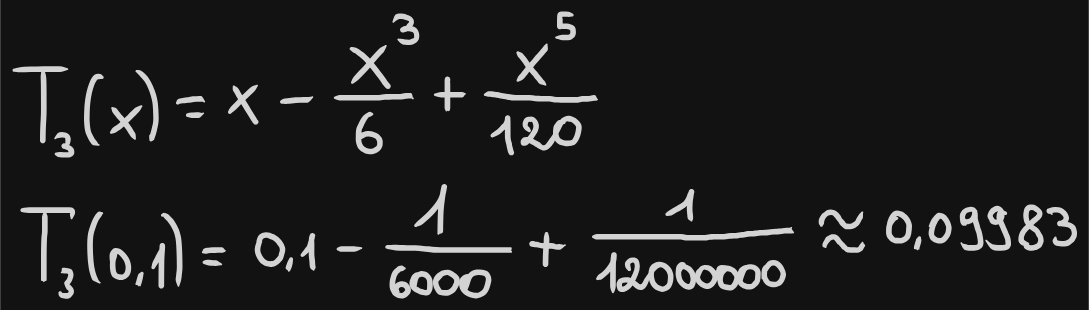
Earlier version of the Excalidraw export Appunti/Excalidraw/2025-03-20_23.22.17.excalidraw.svg (yuritateo03/CalcoloNumerico). Source tidied: one line per element, renumbered; positions are measured from the earlier drawing's top-left corner, leaving out a move shared by most shapes.
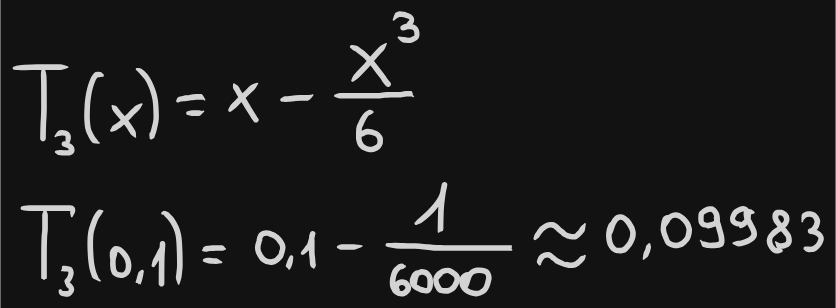
Later version of the same file.

Change to the diagram source:
```diff
@@ -15,15 +15,6 @@
 {"id": 14, "type": "freedraw", "strokeColor": "#1e1e1e", "strokeWidth": 0.5, "roughness": 1, "x": 275, "y": 18, "width": 17, "height": 19, "points": [[0, 0], [0, 1], [1, 1], [4, 2], [6, 2], [8, 2], [9, 2], [11, 1], [12, 0], [13, 0], [13, -1], [13, -2], [13, -3], [13, -5], [12, -7], [11, -7], [9, -8], [7, -8], [6, -8], [4, -8], [4, -7], [3, -7], [3, -7], [4, -7], [5, -7], [7, -8], [7, -9], [9, -11], [9, -12], [9, -12], [9, -13], [9, -15], [7, -15], [6, -16], [5, -16], [3, -17], [2, -17], [0, -17], [-1, -17], [-1, -16], [-2, -15], [-4, -14], [-4, -13], [-4, -12], [-4, -12]]}
 {"id": 15, "type": "freedraw", "strokeColor": "#1e1e1e", "strokeWidth": 0.5, "roughness": 1, "x": 229, "y": 60, "width": 57, "height": 3, "points": [[0, 0], [1, 0], [2, 0], [4, 0], [5, 0], [7, 0], [8, 0], [11, 0], [15, 0], [16, 0], [19, 0], [22, 0], [23, 0], [26, 0], [28, 0], [30, 0], [31, 0], [33, 0], [36, -1], [38, -1], [39, -1], [42, -1], [42, -1], [43, -1], [44, -1], [45, -1], [46, -1], [47, -1], [48, -1], [49, -1], [50, -1], [50, -1], [51, -1], [53, -1], [53, -1], [54, -1], [55, -1], [56, -1], [56, -1], [57, -1], [57, -2], [56, 0], [56, 1], [56, 1]]}
 {"id": 16, "type": "freedraw", "strokeColor": "#1e1e1e", "strokeWidth": 0.5, "roughness": 1, "x": 256, "y": 72, "width": 16, "height": 28, "points": [[0, 0], [-2, 0], [-4, 1], [-6, 4], [-8, 8], [-9, 11], [-9, 14], [-9, 17], [-9, 20], [-8, 23], [-6, 26], [-4, 26], [1, 27], [4, 26], [5, 24], [6, 23], [6, 21], [6, 20], [6, 18], [4, 17], [4, 16], [2, 15], [0, 15], [-1, 14], [-5, 14], [-7, 15], [-9, 16], [-10, 18], [-9, 18], [-9, 18]]}
-{"id": 17, "type": "freedraw", "strokeColor": "#1e1e1e", "strokeWidth": 0.5, "roughness": 1, "x": 310, "y": 50, "width": 1, "height": 26, "points": [[0, 0], [-1, 0], [-1, -1], [-1, -1], [-1, -2], [-1, -3], [-1, -4], [-1, -3], [-1, -2], [-1, -1], [-1, -1], [-1, 1], [-1, 1], [-1, 3], [-1, 5], [-1, 9], [-1, 9], [-1, 10], [-1, 11], [-1, 12], [-1, 12], [-1, 13], [-1, 14], [-1, 15], [-1, 15], [-1, 16], [-1, 18], [-1, 19], [-1, 20], [-1, 21], [-1, 22], [-1, 21], [-1, 20], [-1, 19], [-1, 19]]}
-{"id": 18, "type": "freedraw", "strokeColor": "#1e1e1e", "strokeWidth": 0.5, "roughness": 1, "x": 301, "y": 58, "width": 23, "height": 1, "points": [[0, 0], [1, 0], [2, 0], [6, 0], [7, 0], [8, 0], [9, 0], [12, 0], [12, 0], [13, 0], [15, 0], [15, 0], [16, 0], [17, 0], [18, 0], [18, 0], [19, 0], [20, 0], [20, 0], [21, 0], [22, 0], [23, 0], [22, 0], [21, 0], [21, -1], [21, -1]]}
-{"id": 19, "type": "freedraw", "strokeColor": "#1e1e1e", "strokeWidth": 0.5, "roughness": 1, "x": 360, "y": 28, "width": 20, "height": 24, "points": [[0, 0], [1, 1], [2, 2], [4, 4], [7, 9], [8, 10], [11, 14], [12, 15], [14, 17], [15, 18], [17, 20], [17, 21], [18, 21], [18, 22], [19, 23], [20, 23], [20, 24], [20, 23], [20, 23]]}
-{"id": 20, "type": "freedraw", "strokeColor": "#1e1e1e", "strokeWidth": 0.5, "roughness": 1, "x": 360, "y": 47, "width": 22, "height": 26, "points": [[0, 0], [0, -1], [1, -2], [3, -3], [4, -4], [6, -7], [9, -10], [14, -16], [15, -18], [16, -19], [18, -20], [18, -21], [19, -22], [20, -23], [20, -24], [21, -25], [21, -26], [21, -26], [22, -26], [21, -26], [20, -26], [20, -26]]}
-{"id": 21, "type": "freedraw", "strokeColor": "#1e1e1e", "strokeWidth": 0.5, "roughness": 1, "x": 399, "y": 1, "width": 12, "height": 17, "points": [[0, 0], [-5, -1], [-7, -1], [-9, -1], [-9, 1], [-9, 3], [-9, 4], [-9, 6], [-9, 7], [-9, 9], [-7, 8], [-5, 8], [-2, 8], [0, 9], [1, 10], [1, 12], [1, 13], [0, 15], [-1, 16], [-3, 16], [-6, 16], [-9, 16], [-10, 16], [-12, 16]]}
-{"id": 22, "type": "freedraw", "strokeColor": "#1e1e1e", "strokeWidth": 0.5, "roughness": 1, "x": 337, "y": 58, "width": 82, "height": 4, "points": [[0, 0], [1, -1], [4, -1], [9, 0], [15, 1], [20, 2], [22, 2], [26, 2], [31, 2], [34, 2], [39, 3], [42, 3], [45, 3], [48, 3], [50, 4], [52, 4], [54, 4], [57, 4], [59, 4], [62, 4], [64, 4], [66, 4], [69, 3], [70, 3], [73, 3], [75, 3], [77, 2], [79, 2], [80, 2], [82, 2], [80, 4]]}
-{"id": 23, "type": "freedraw", "strokeColor": "#1e1e1e", "strokeWidth": 0.5, "roughness": 1, "x": 342, "y": 87, "width": 14, "height": 26, "points": [[0, 0], [2, -1], [4, -2], [6, -4], [8, -6], [9, -7], [9, -8], [10, -9], [10, -10], [11, -11], [11, -12], [11, -12], [11, -13], [11, -11], [11, -9], [11, -7], [11, -4], [11, 1], [11, 4], [12, 6], [12, 7], [12, 9], [13, 11], [13, 12], [13, 12], [14, 12], [14, 9], [14, 9], [14, 9]]}
-{"id": 24, "type": "freedraw", "strokeColor": "#1e1e1e", "strokeWidth": 0.5, "roughness": 1, "x": 368, "y": 83, "width": 23, "height": 20, "points": [[0, 0], [-2, -2], [-3, -4], [-3, -5], [-2, -7], [-1, -8], [1, -8], [2, -8], [4, -6], [5, -4], [5, -1], [4, 1], [0, 7], [-3, 9], [-4, 9], [-4, 7], [-3, 7], [-1, 7], [0, 7], [1, 7], [5, 9], [7, 11], [9, 12], [10, 12], [12, 12], [16, 8], [18, 5], [18, 1]]}
-{"id": 25, "type": "freedraw", "strokeColor": "#1e1e1e", "strokeWidth": 0.5, "roughness": 1, "x": 393, "y": 77, "width": 18, "height": 18, "points": [[0, 0], [-1, 0], [-1, 0], [-2, 0], [-3, 0], [-4, 0], [-4, 1], [-5, 1], [-6, 4], [-6, 5], [-6, 7], [-6, 8], [-6, 10], [-5, 12], [-4, 13], [-3, 14], [-1, 15], [2, 15], [4, 15], [7, 15], [8, 14], [9, 12], [10, 9], [11, 5], [11, 3], [11, 1], [9, 0], [7, -2], [5, -3], [3, -3], [1, -3], [-3, -1], [-5, 5], [-6, 9], [-7, 12], [-7, 12]]}
 {"id": 26, "type": "freedraw", "strokeColor": "#1e1e1e", "strokeWidth": 0.5, "roughness": 1, "x": 22, "y": 142, "width": 1, "height": 52, "points": [[0, 0], [0, 1], [0, 3], [0, 4], [0, 6], [0, 9], [0, 15], [0, 17], [-1, 20], [-1, 26], [-1, 28], [-1, 31], [-1, 33], [-1, 36], [-1, 37], [-1, 38], [-1, 39], [-1, 39], [-1, 40], [-1, 41], [-1, 42], [-1, 42], [-1, 43], [-1, 44], [-1, 45], [-1, 45], [-1, 46], [-1, 47], [-1, 47], [-1, 48], [-1, 50], [-1, 51], [-1, 52], [-1, 50], [-1, 49], [-1, 49]]}
 {"id": 27, "type": "freedraw", "strokeColor": "#1e1e1e", "strokeWidth": 0.5, "roughness": 1, "x": 6, "y": 140, "width": 36, "height": 7, "points": [[0, 0], [1, 0], [3, 0], [4, 0], [11, 0], [13, 0], [18, 0], [20, 0], [24, 0], [28, 0], [29, 0], [30, 0], [31, 0], [32, 0], [33, 0], [34, 0], [34, 0], [35, 0], [36, 0], [36, 1], [36, 1], [36, 2], [36, 4], [35, 7], [35, 7]]}
 {"id": 28, "type": "freedraw", "strokeColor": "#1e1e1e", "strokeWidth": 0.5, "roughness": 1, "x": 33, "y": 199, "width": 9, "height": 18, "points": [[0, 0], [0, 1], [0, 1], [1, 2], [3, 2], [4, 2], [6, 2], [7, 2], [7, 1], [8, 1], [8, -1], [8, -1], [8, -2], [7, -3], [6, -4], [5, -5], [4, -5], [4, -5], [4, -6], [4, -6], [4, -7], [5, -7], [7, -9], [7, -11], [8, -13], [8, -14], [7, -15], [7, -16], [6, -16], [2, -16], [1, -16], [0, -16], [-1, -15], [-1, -15], [1, -15], [1, -15]]}
@@ -44,26 +35,14 @@
 {"id": 43, "type": "freedraw", "strokeColor": "#1e1e1e", "strokeWidth": 0.5, "roughness": 1, "x": 292, "y": 186, "width": 13, "height": 14, "points": [[0, 0], [-1, 0], [-2, 0], [-3, 0], [-4, 0], [-4, 0], [-6, 1], [-7, 3], [-7, 4], [-8, 5], [-8, 7], [-7, 9], [-6, 11], [-4, 11], [-3, 12], [-1, 12], [1, 13], [3, 13], [4, 13], [4, 12], [4, 12], [5, 11], [5, 9], [5, 7], [5, 2], [4, 1], [1, -1], [1, -1], [-1, -1], [-3, -1], [-5, 1], [-6, 3], [-7, 7], [-7, 9], [-5, 11], [-5, 11]]}
 {"id": 44, "type": "freedraw", "strokeColor": "#1e1e1e", "strokeWidth": 0.5, "roughness": 1, "x": 305, "y": 188, "width": 16, "height": 15, "points": [[0, 0], [-1, 0], [-2, 0], [-4, 1], [-4, 2], [-4, 3], [-4, 4], [-4, 7], [-3, 9], [-1, 11], [-1, 12], [0, 12], [1, 12], [3, 12], [6, 12], [7, 11], [9, 9], [10, 7], [11, 5], [12, 4], [12, 2], [11, 0], [9, -1], [7, -2], [4, -4], [3, -4], [-2, -1], [-4, 1], [-4, 2], [-4, 4], [-4, 7], [-3, 8], [-1, 9], [-1, 9]]}
 {"id": 45, "type": "freedraw", "strokeColor": "#1e1e1e", "strokeWidth": 0.5, "roughness": 1, "x": 326, "y": 188, "width": 20, "height": 18, "points": [[0, 0], [-4, 0], [-4, 0], [-5, 1], [-5, 1], [-7, 3], [-7, 4], [-7, 5], [-7, 7], [-6, 9], [-4, 11], [-1, 13], [1, 14], [5, 14], [7, 14], [9, 12], [11, 10], [12, 7], [13, 1], [13, 0], [12, -2], [10, -3], [9, -4], [3, -4], [-1, -2], [-2, 0], [-4, 6], [-4, 9], [-4, 11], [-4, 11]]}
-{"id": 46, "type": "freedraw", "strokeColor": "#1e1e1e", "strokeWidth": 0.5, "roughness": 1, "x": 380, "y": 157, "width": 1, "height": 23, "points": [[0, 0], [0, 1], [0, 2], [0, 4], [0, 9], [-1, 15], [-1, 18], [-1, 20], [-1, 22], [-1, 23], [-1, 22], [-1, 20], [-1, 19], [-1, 18], [-1, 18]]}
-{"id": 47, "type": "freedraw", "strokeColor": "#1e1e1e", "strokeWidth": 0.5, "roughness": 1, "x": 373, "y": 164, "width": 25, "height": 2, "points": [[0, 0], [-1, 0], [-1, 0], [-2, 0], [-3, 0], [-4, 0], [-3, 0], [-1, 0], [1, 1], [2, 1], [3, 1], [7, 1], [8, 1], [9, 1], [12, 1], [12, 1], [13, 1], [13, 2], [14, 2], [15, 2], [16, 2], [17, 2], [18, 2], [19, 2], [20, 2], [21, 2], [20, 1], [20, 1], [20, 1]]}
-{"id": 48, "type": "freedraw", "strokeColor": "#1e1e1e", "strokeWidth": 0.5, "roughness": 1, "x": 417, "y": 189, "width": 12, "height": 30, "points": [[0, 0], [0, -1], [1, -1], [2, -1], [4, -3], [6, -4], [7, -5], [8, -7], [9, -8], [11, -11], [12, -13], [12, -14], [12, -15], [12, -16], [12, -17], [12, -18], [12, -17], [12, -15], [11, -12], [11, -10], [11, -6], [11, -1], [11, 1], [11, 6], [11, 10], [11, 12], [11, 12], [11, 9], [11, 9]]}
-{"id": 49, "type": "freedraw", "strokeColor": "#1e1e1e", "strokeWidth": 0.5, "roughness": 1, "x": 440, "y": 183, "width": 22, "height": 22, "points": [[0, 0], [-1, -2], [-1, -3], [-1, -4], [-1, -5], [-1, -6], [2, -7], [4, -7], [6, -7], [7, -3], [6, 4], [1, 12], [-1, 13], [-2, 14], [-4, 15], [-6, 15], [-7, 15], [-7, 14], [-7, 13], [-7, 11], [-7, 10], [-7, 9], [-6, 7], [-4, 7], [-2, 7], [-1, 7], [1, 8], [2, 9], [5, 11], [7, 13], [8, 13], [9, 13], [10, 12], [12, 10], [14, 4], [15, 2], [15, 2]]}
-{"id": 50, "type": "freedraw", "strokeColor": "#1e1e1e", "strokeWidth": 0.5, "roughness": 1, "x": 461, "y": 179, "width": 15, "height": 19, "points": [[0, 0], [0, -1], [-1, -1], [-1, -1], [-2, 0], [-4, 1], [-4, 2], [-5, 3], [-5, 4], [-6, 7], [-6, 10], [-4, 15], [-1, 18], [0, 18], [3, 18], [4, 18], [7, 16], [9, 14], [9, 10], [9, 7], [8, 5], [7, 3], [5, 1], [2, -1], [-1, -1], [-3, 0], [-6, 6], [-7, 9], [-7, 9]]}
-{"id": 51, "type": "freedraw", "strokeColor": "#1e1e1e", "strokeWidth": 0.5, "roughness": 1, "x": 479, "y": 181, "width": 12, "height": 17, "points": [[0, 0], [0, -1], [0, -2], [-1, -2], [-1, -2], [-2, -2], [-3, -2], [-3, -1], [-4, -1], [-4, 1], [-4, 2], [-4, 4], [-4, 5], [-4, 7], [-3, 12], [-1, 13], [2, 15], [4, 15], [5, 14], [6, 13], [6, 12], [7, 9], [7, 7], [6, 5], [5, 2], [4, 1], [3, 1], [1, -1], [-1, -1], [-4, 1], [-5, 5], [-5, 7], [-5, 7]]}
-{"id": 52, "type": "freedraw", "strokeColor": "#1e1e1e", "strokeWidth": 0.5, "roughness": 1, "x": 491, "y": 183, "width": 15, "height": 15, "points": [[0, 0], [-1, 0], [-2, 2], [-3, 5], [-3, 7], [-1, 11], [3, 12], [4, 12], [6, 12], [7, 12], [9, 9], [11, 6], [11, 3], [10, 2], [6, -2], [2, -3], [-2, -1], [-4, 7], [-3, 9], [-3, 9]]}
-{"id": 53, "type": "freedraw", "strokeColor": "#1e1e1e", "strokeWidth": 0.5, "roughness": 1, "x": 509, "y": 183, "width": 15, "height": 15, "points": [[0, 0], [-4, 1], [-5, 5], [-5, 9], [-4, 11], [-3, 12], [-1, 12], [2, 12], [3, 12], [4, 12], [5, 12], [7, 9], [7, 8], [8, 5], [8, 3], [6, 1], [4, -1], [3, -1], [1, -1], [-2, -2], [-4, -2], [-6, -2], [-7, 0], [-7, 8], [-7, 8]]}
-{"id": 54, "type": "freedraw", "strokeColor": "#1e1e1e", "strokeWidth": 0.5, "roughness": 1, "x": 524, "y": 181, "width": 13, "height": 15, "points": [[0, 0], [-1, 0], [-1, 0], [-2, 0], [-4, 1], [-5, 2], [-6, 4], [-6, 7], [-6, 9], [-6, 11], [-5, 12], [-4, 13], [-1, 14], [-1, 14], [1, 14], [2, 14], [4, 14], [5, 12], [7, 10], [7, 9], [7, 8], [7, 5], [7, 4], [7, 2], [7, 1], [5, 0], [2, -1], [-2, -1], [-4, 2], [-6, 9], [-6, 11], [-5, 13], [-5, 13]]}
-{"id": 55, "type": "freedraw", "strokeColor": "#1e1e1e", "strokeWidth": 0.5, "roughness": 1, "x": 540, "y": 180, "width": 15, "height": 16, "points": [[0, 0], [-1, 0], [-2, 0], [-3, 1], [-4, 1], [-4, 3], [-4, 4], [-4, 7], [-4, 9], [-1, 12], [0, 13], [2, 13], [4, 13], [7, 13], [9, 11], [9, 9], [10, 7], [10, 5], [10, 4], [7, -1], [6, -2], [4, -3], [3, -3], [0, -3], [-1, -1], [-4, 4], [-5, 7], [-5, 9], [-5, 9]]}
-{"id": 56, "type": "freedraw", "strokeColor": "#1e1e1e", "strokeWidth": 0.5, "roughness": 1, "x": 414, "y": 159, "width": 144, "height": 7, "points": [[0, 0], [4, 0], [11, 0], [15, 0], [24, 0], [31, 0], [38, 0], [42, 0], [49, 0], [56, 0], [61, 0], [65, 1], [72, 1], [80, 1], [86, 0], [93, 0], [99, -1], [104, -1], [111, -2], [119, -3], [123, -3], [131, -4], [137, -4], [142, -4], [144, -5]]}
-{"id": 57, "type": "freedraw", "strokeColor": "#1e1e1e", "strokeWidth": 0.5, "roughness": 1, "x": 467, "y": 143, "width": 18, "height": 23, "points": [[0, 0], [0, -1], [1, -1], [4, -1], [8, -4], [9, -5], [13, -7], [14, -8], [16, -11], [17, -14], [17, -15], [18, -16], [18, -17], [18, -16], [18, -15], [17, -14], [17, -12], [17, -12], [16, -9], [16, -5], [16, -3], [16, -1], [17, 4], [17, 5], [17, 7], [17, 6], [18, 4], [18, 4]]}
-{"id": 58, "type": "freedraw", "strokeColor": "#1e1e1e", "strokeWidth": 0.5, "roughness": 1, "x": 577, "y": 151, "width": 30, "height": 10, "points": [[0, 0], [0, -1], [0, -3], [0, -5], [1, -7], [3, -8], [4, -9], [6, -9], [7, -9], [9, -9], [10, -8], [12, -7], [12, -5], [13, -4], [14, -3], [15, -2], [16, -1], [17, 0], [18, 1], [19, 1], [20, 1], [22, 1], [23, 0], [24, -1], [25, -1], [26, -2], [26, -3], [26, -4], [27, -5], [29, -7], [29, -9], [30, -9], [29, -9]]}
-{"id": 59, "type": "freedraw", "strokeColor": "#1e1e1e", "strokeWidth": 0.5, "roughness": 1, "x": 580, "y": 167, "width": 28, "height": 9, "points": [[0, 0], [-1, 0], [-1, -1], [0, -2], [0, -4], [1, -4], [1, -5], [3, -7], [4, -7], [6, -7], [7, -7], [8, -7], [9, -4], [10, -3], [11, -2], [12, -1], [12, 0], [14, 0], [15, 1], [15, 1], [17, 2], [18, 2], [20, 2], [21, 2], [23, 2], [24, 1], [26, 1], [26, -1], [27, -1], [28, -3], [28, -4], [26, -3]]}
-{"id": 60, "type": "freedraw", "strokeColor": "#1e1e1e", "strokeWidth": 0.5, "roughness": 1, "x": 631, "y": 146, "width": 15, "height": 20, "points": [[0, 0], [-1, -1], [-1, -1], [-2, 0], [-3, 1], [-4, 1], [-5, 4], [-6, 5], [-6, 7], [-6, 7], [-6, 9], [-6, 10], [-6, 12], [-5, 13], [-4, 14], [-4, 15], [-2, 16], [-1, 16], [0, 16], [3, 16], [4, 16], [7, 15], [7, 14], [8, 12], [9, 10], [9, 6], [9, 4], [9, 4], [7, 1], [7, 0], [6, -1], [5, -1], [4, -2], [2, -4], [1, -4], [-1, -4], [-3, -3], [-4, 0], [-6, 4], [-7, 9], [-4, 12], [-4, 12]]}
-{"id": 61, "type": "freedraw", "strokeColor": "#1e1e1e", "strokeWidth": 0.5, "roughness": 1, "x": 647, "y": 160, "width": 2, "height": 11, "points": [[0, 0], [0, 1], [-1, 1], [-1, 2], [-1, 3], [-1, 5], [-2, 7], [-2, 8], [-2, 9], [-2, 11], [-1, 9], [-1, 8], [-1, 8]]}
-{"id": 62, "type": "freedraw", "strokeColor": "#1e1e1e", "strokeWidth": 0.5, "roughness": 1, "x": 661, "y": 145, "width": 15, "height": 18, "points": [[0, 0], [-2, 2], [-4, 3], [-4, 4], [-5, 7], [-6, 12], [-6, 14], [-4, 15], [-4, 16], [-1, 17], [-1, 17], [1, 17], [3, 17], [4, 16], [5, 15], [7, 11], [7, 9], [7, 7], [7, 6], [6, 3], [5, 1], [4, 0], [3, -1], [1, -1], [1, -1], [-1, -1], [-1, -1], [-6, 4], [-7, 7], [-7, 7]]}
-{"id": 63, "type": "freedraw", "strokeColor": "#1e1e1e", "strokeWidth": 0.5, "roughness": 1, "x": 680, "y": 150, "width": 9, "height": 11, "points": [[0, 0], [-1, 0], [-1, 0], [-1, -1], [-2, -1], [-2, -2], [-2, -4], [-2, -4], [-2, -5], [-2, -6], [-2, -7], [-1, -9], [0, -10], [2, -11], [4, -11], [4, -11], [6, -11], [7, -10], [7, -9], [7, -8], [7, -7], [7, -7], [6, -4], [5, -4], [4, -2], [1, -1], [-1, -1], [-1, -2], [-1, -4], [-1, -7], [-1, -7]]}
-{"id": 64, "type": "freedraw", "strokeColor": "#1e1e1e", "strokeWidth": 0.5, "roughness": 1, "x": 687, "y": 141, "width": 15, "height": 26, "points": [[0, 0], [-1, 1], [-1, 2], [-1, 4], [-1, 6], [0, 9], [1, 12], [1, 13], [2, 15], [3, 16], [4, 21], [4, 22], [4, 23], [4, 24], [3, 26], [1, 26], [-1, 26], [-3, 26], [-4, 26], [-4, 26], [-6, 26], [-8, 26], [-9, 25], [-11, 24], [-11, 23], [-10, 23], [-10, 23]]}
-{"id": 65, "type": "freedraw", "strokeColor": "#1e1e1e", "strokeWidth": 0.5, "roughness": 1, "x": 703, "y": 149, "width": 9, "height": 10, "points": [[0, 0], [-3, -1], [-4, -1], [-4, -1], [-4, -3], [-5, -4], [-5, -4], [-5, -5], [-5, -6], [-4, -8], [-3, -9], [-2, -9], [-1, -9], [0, -10], [1, -10], [1, -10], [4, -8], [4, -7], [4, -3], [3, -2], [1, 0], [0, 0], [-1, 0], [-3, 0], [-4, -1], [-5, -3], [-5, -4], [-5, -6], [-5, -6]]}
-{"id": 66, "type": "freedraw", "strokeColor": "#1e1e1e", "strokeWidth": 0.5, "roughness": 1, "x": 708, "y": 142, "width": 17, "height": 26, "points": [[0, 0], [-4, -1], [-4, -1], [-4, 1], [-4, 2], [-4, 4], [-4, 4], [-3, 7], [-2, 9], [-1, 10], [-1, 12], [1, 15], [1, 18], [2, 19], [2, 20], [2, 23], [2, 23], [1, 24], [1, 25], [-1, 25], [-3, 25], [-7, 25], [-13, 24], [-15, 20], [-14, 19], [-14, 19]]}
-{"id": 67, "type": "freedraw", "strokeColor": "#1e1e1e", "strokeWidth": 0.5, "roughness": 1, "x": 724, "y": 164, "width": 15, "height": 29, "points": [[0, 0], [-1, 0], [-3, 0], [-5, -2], [-5, -4], [-4, -8], [-1, -11], [1, -13], [5, -18], [7, -19], [9, -21], [9, -23], [7, -25], [4, -26], [3, -26], [1, -26], [-1, -25], [-1, -20], [-1, -15], [2, -12], [7, -9], [8, -7], [9, -4], [9, -1], [8, 1], [6, 2], [4, 3], [2, 3], [0, 3], [-1, 1], [-2, -1], [-3, -2]]}
-{"id": 68, "type": "freedraw", "strokeColor": "#1e1e1e", "strokeWidth": 0.5, "roughness": 1, "x": 744, "y": 160, "width": 19, "height": 25, "points": [[0, 0], [-1, 3], [-1, 4], [1, 4], [2, 4], [5, 4], [7, 4], [8, 4], [9, 4], [12, 2], [13, 0], [13, -1], [14, -2], [14, -4], [13, -7], [12, -8], [12, -9], [9, -9], [7, -10], [4, -10], [4, -10], [2, -10], [4, -10], [7, -11], [7, -12], [8, -13], [8, -15], [8, -15], [7, -18], [5, -19], [4, -20], [2, -20], [-1, -20], [-4, -20], [-4, -19], [-5, -19], [-4, -17], [-2, -17], [-2, -17]]}
+{"id": 69, "type": "freedraw", "strokeColor": "#1e1e1e", "strokeWidth": 0.5, "roughness": 1, "x": 372, "y": 162, "width": 36, "height": 11, "points": [[0, 0], [1, -2], [2, -4], [3, -5], [5, -7], [7, -9], [11, -10], [12, -10], [13, -10], [14, -9], [16, -8], [17, -7], [17, -6], [18, -5], [19, -5], [21, -3], [22, -2], [23, -2], [24, -2], [25, -2], [26, -1], [28, -1], [29, -1], [29, -2], [31, -3], [32, -4], [33, -5], [34, -7], [35, -8], [36, -10], [36, -11], [36, -10]]}
+{"id": 70, "type": "freedraw", "strokeColor": "#1e1e1e", "strokeWidth": 0.5, "roughness": 1, "x": 375, "y": 180, "width": 33, "height": 8, "points": [[0, 0], [0, -2], [0, -3], [2, -5], [4, -7], [6, -7], [7, -6], [8, -6], [9, -5], [10, -4], [11, -3], [12, -2], [14, -1], [15, -1], [17, 0], [17, 0], [19, 0], [20, 1], [22, 1], [24, 1], [25, 0], [27, 0], [29, -2], [30, -3], [31, -5], [32, -6], [32, -7], [32, -6]]}
+{"id": 71, "type": "freedraw", "strokeColor": "#1e1e1e", "strokeWidth": 0.5, "roughness": 1, "x": 428, "y": 151, "width": 17, "height": 24, "points": [[0, 0], [-1, 0], [-2, 1], [-2, 2], [-3, 5], [-4, 6], [-4, 10], [-3, 15], [-1, 17], [0, 18], [2, 19], [4, 19], [6, 19], [8, 19], [10, 17], [14, 10], [14, 8], [14, 5], [12, 2], [10, -2], [8, -3], [6, -5], [3, -5], [1, -3], [-2, 2], [-3, 11]]}
+{"id": 72, "type": "freedraw", "strokeColor": "#1e1e1e", "strokeWidth": 0.5, "roughness": 1, "x": 468, "y": 147, "width": 19, "height": 22, "points": [[0, 0], [-1, 0], [-2, 0], [-3, 1], [-3, 2], [-4, 4], [-5, 9], [-5, 10], [-3, 15], [-2, 16], [-1, 19], [2, 20], [3, 20], [5, 20], [7, 20], [9, 19], [13, 15], [14, 13], [14, 10], [14, 7], [10, 1], [8, 0], [5, -2], [2, -2], [-2, 2], [-5, 10]]}
+{"id": 73, "type": "freedraw", "strokeColor": "#1e1e1e", "strokeWidth": 0.5, "roughness": 1, "x": 454, "y": 166, "width": 4, "height": 11, "points": [[0, 0], [0, 0], [0, 1], [0, 1], [-1, 2], [-1, 3], [-1, 4], [-1, 5], [-2, 6], [-2, 6], [-2, 7], [-2, 7], [-2, 8], [-3, 8], [-3, 9], [-3, 9], [-3, 10], [-3, 10], [-4, 10], [-4, 10], [-4, 10], [-4, 11], [-4, 10], [-4, 10]]}
+{"id": 74, "type": "freedraw", "strokeColor": "#1e1e1e", "strokeWidth": 0.5, "roughness": 1, "x": 496, "y": 152, "width": 12, "height": 12, "points": [[0, 0], [-1, 0], [-2, 0], [-4, 0], [-5, -1], [-5, -2], [-5, -3], [-5, -5], [-5, -7], [-4, -9], [-3, -9], [-1, -11], [1, -11], [2, -11], [4, -11], [5, -9], [7, -6], [7, -4], [7, -2], [6, -1], [5, -1], [2, 0], [-1, 1], [-4, 0], [-4, -1]]}
+{"id": 75, "type": "freedraw", "strokeColor": "#1e1e1e", "strokeWidth": 0.5, "roughness": 1, "x": 502, "y": 145, "width": 16, "height": 22, "points": [[0, 0], [0, 0], [0, 0], [0, 1], [0, 3], [0, 5], [0, 6], [1, 7], [2, 9], [2, 10], [2, 12], [3, 14], [3, 15], [3, 16], [4, 17], [4, 19], [4, 20], [4, 20], [3, 21], [2, 22], [2, 22], [1, 22], [-1, 22], [-2, 22], [-3, 22], [-5, 22], [-6, 22], [-7, 22], [-8, 22], [-10, 21], [-11, 21], [-12, 21], [-12, 20], [-12, 19], [-11, 18], [-11, 18]]}
+{"id": 76, "type": "freedraw", "strokeColor": "#1e1e1e", "strokeWidth": 0.5, "roughness": 1, "x": 519, "y": 151, "width": 12, "height": 12, "points": [[0, 0], [-2, 0], [-2, 0], [-3, 0], [-4, 0], [-5, 0], [-5, -2], [-6, -2], [-6, -5], [-4, -7], [-4, -8], [-3, -9], [-1, -10], [1, -10], [2, -11], [2, -11], [3, -11], [5, -10], [5, -8], [6, -5], [6, -3], [4, 0], [2, 1], [1, 2], [-1, 2], [-2, 2], [-3, 1], [-3, 0], [-3, -2], [-3, -2]]}
+{"id": 77, "type": "freedraw", "strokeColor": "#1e1e1e", "strokeWidth": 0.5, "roughness": 1, "x": 528, "y": 143, "width": 16, "height": 23, "points": [[0, 0], [-2, 0], [-3, 0], [-4, 0], [-5, 0], [-5, 1], [-5, 2], [-4, 5], [-1, 10], [0, 12], [1, 15], [1, 16], [0, 17], [0, 18], [-1, 19], [-2, 20], [-4, 20], [-5, 21], [-9, 22], [-11, 22], [-12, 22], [-14, 22], [-15, 22], [-14, 22]]}
+{"id": 78, "type": "freedraw", "strokeColor": "#1e1e1e", "strokeWidth": 0.5, "roughness": 1, "x": 548, "y": 171, "width": 14, "height": 27, "points": [[0, 0], [-2, 0], [-4, 0], [-7, -2], [-8, -6], [-8, -9], [-7, -11], [-4, -14], [2, -18], [4, -21], [4, -24], [3, -25], [2, -27], [0, -27], [-2, -27], [-3, -27], [-4, -26], [-4, -25], [-4, -22], [1, -16], [3, -13], [6, -10], [6, -7], [5, -5], [2, -3], [-2, -3], [-4, -5], [-4, -6]]}
+{"id": 79, "type": "freedraw", "strokeColor": "#1e1e1e", "strokeWidth": 0.5, "roughness": 1, "x": 565, "y": 169, "width": 15, "height": 26, "points": [[0, 0], [0, 0], [1, 1], [2, 1], [3, 1], [4, 1], [5, 1], [7, 0], [8, 0], [10, -3], [11, -5], [12, -7], [12, -8], [11, -9], [9, -11], [8, -12], [7, -12], [5, -12], [4, -12], [4, -12], [3, -12], [4, -12], [5, -13], [7, -15], [8, -16], [8, -17], [8, -17], [9, -18], [9, -20], [9, -21], [7, -22], [6, -24], [5, -24], [3, -25], [1, -25], [0, -24], [-1, -24], [-3, -22], [-3, -21], [-3, -20], [-2, -19], [-2, -19], [-2, -19]]}
```
